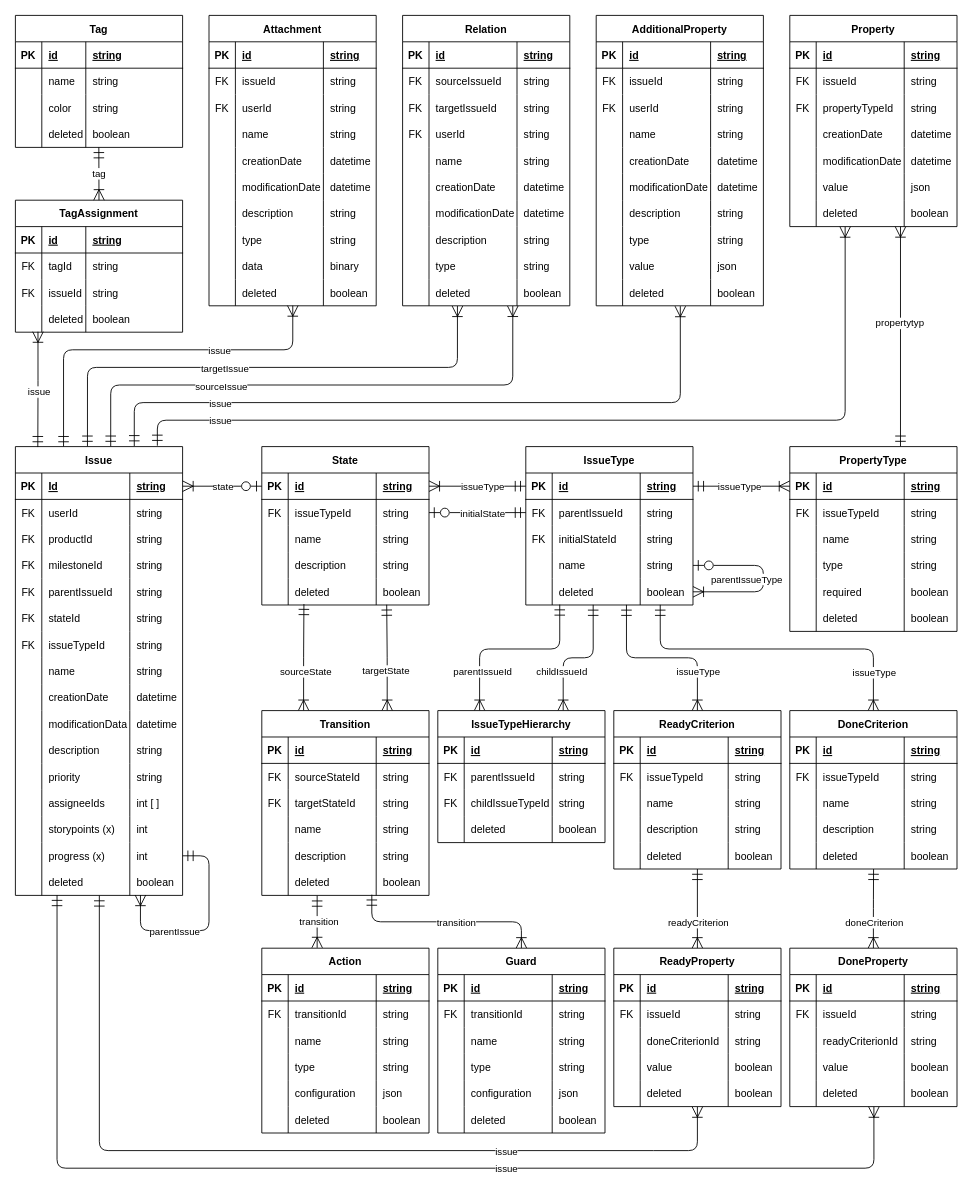
ghackenberg/caddrive keeps this draw.io diagram as diagrams/reEntities-v1.drawio. Above is the earlier version. Source tidied: cells renumbered, new cells numbered last; positions are measured from the earlier drawing's top-left corner, leaving out a move shared by most shapes. Both pictures are drawn from the tidied source at 88%, with x=0, y=0 at pixel (15, 15).
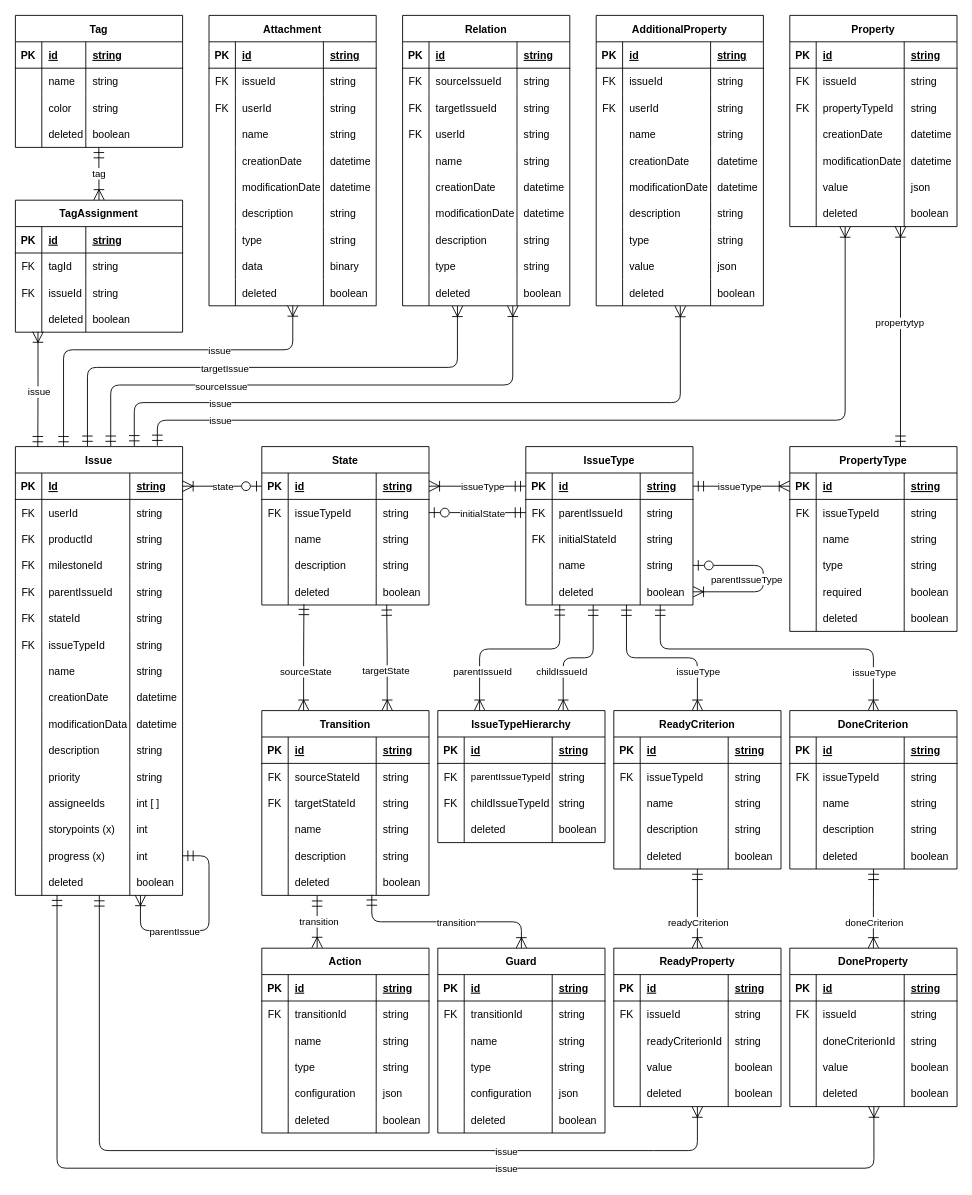
The same diagram, later.

The change refers to these unchanged cells:
```xml
<mxCell id="328" style="shape=tableRow;horizontal=0;startSize=0;swimlaneHead=0;swimlaneBody=0;fillColor=none;top=0;left=0;right=0;bottom=0;rounded=0;" parent="323" vertex="1">
  <mxGeometry y="60" width="190" height="30" as="geometry" />
</mxCell>
<mxCell id="332" style="shape=tableRow;horizontal=0;startSize=0;swimlaneHead=0;swimlaneBody=0;fillColor=none;top=0;left=0;right=0;bottom=0;rounded=0;" parent="323" vertex="1">
  <mxGeometry y="90" width="190" height="30" as="geometry" />
</mxCell>
<mxCell id="374" style="shape=tableRow;horizontal=0;startSize=0;swimlaneHead=0;swimlaneBody=0;fillColor=none;top=0;left=0;right=0;bottom=0;rounded=0;" parent="365" vertex="1">
  <mxGeometry y="90" width="190" height="30" as="geometry" />
</mxCell>
<mxCell id="420" style="shape=tableRow;horizontal=0;startSize=0;swimlaneHead=0;swimlaneBody=0;fillColor=none;top=0;left=0;right=0;bottom=0;rounded=0;" parent="411" vertex="1">
  <mxGeometry y="90" width="190" height="30" as="geometry" />
</mxCell>
```

Diff of the diagram source:
```diff
@@
-    <mxCell id="330" value="parentIssueId" style="shape=partialRectangle;fillColor=none;top=0;left=0;bottom=0;right=0;align=left;spacingLeft=6;fontStyle=0;overflow=hidden;rounded=0;" parent="328" vertex="1">
+    <mxCell id="330" value="parentIssueTypeId" style="shape=partialRectangle;fillColor=none;top=0;left=0;bottom=0;right=0;align=left;spacingLeft=6;fontStyle=0;overflow=hidden;rounded=0;fontSize=11;" parent="328" vertex="1">
       <mxGeometry x="30" width="100" height="30" as="geometry" />
     </mxCell>
@@
-    <mxCell id="334" value="childIssueTypeId" style="shape=partialRectangle;fillColor=none;top=0;left=0;bottom=0;right=0;align=left;spacingLeft=6;fontStyle=0;overflow=hidden;rounded=0;" parent="332" vertex="1">
+    <mxCell id="334" value="childIssueTypeId" style="shape=partialRectangle;fillColor=none;top=0;left=0;bottom=0;right=0;align=left;spacingLeft=6;fontStyle=0;overflow=hidden;rounded=0;fontSize=12;" parent="332" vertex="1">
       <mxGeometry x="30" width="100" height="30" as="geometry" />
     </mxCell>
@@
-    <mxCell id="376" value="doneCriterionId" style="shape=partialRectangle;fillColor=none;top=0;left=0;bottom=0;right=0;align=left;spacingLeft=6;overflow=hidden;rounded=0;" parent="374" vertex="1">
+    <mxCell id="376" value="readyCriterionId" style="shape=partialRectangle;fillColor=none;top=0;left=0;bottom=0;right=0;align=left;spacingLeft=6;overflow=hidden;rounded=0;" parent="374" vertex="1">
       <mxGeometry x="30" width="100" height="30" as="geometry" />
     </mxCell>
@@
-    <mxCell id="422" value="readyCriterionId" style="shape=partialRectangle;fillColor=none;top=0;left=0;bottom=0;right=0;align=left;spacingLeft=6;overflow=hidden;rounded=0;" parent="420" vertex="1">
+    <mxCell id="422" value="doneCriterionId" style="shape=partialRectangle;fillColor=none;top=0;left=0;bottom=0;right=0;align=left;spacingLeft=6;overflow=hidden;rounded=0;" parent="420" vertex="1">
       <mxGeometry x="30" width="100" height="30" as="geometry" />
     </mxCell>
```
